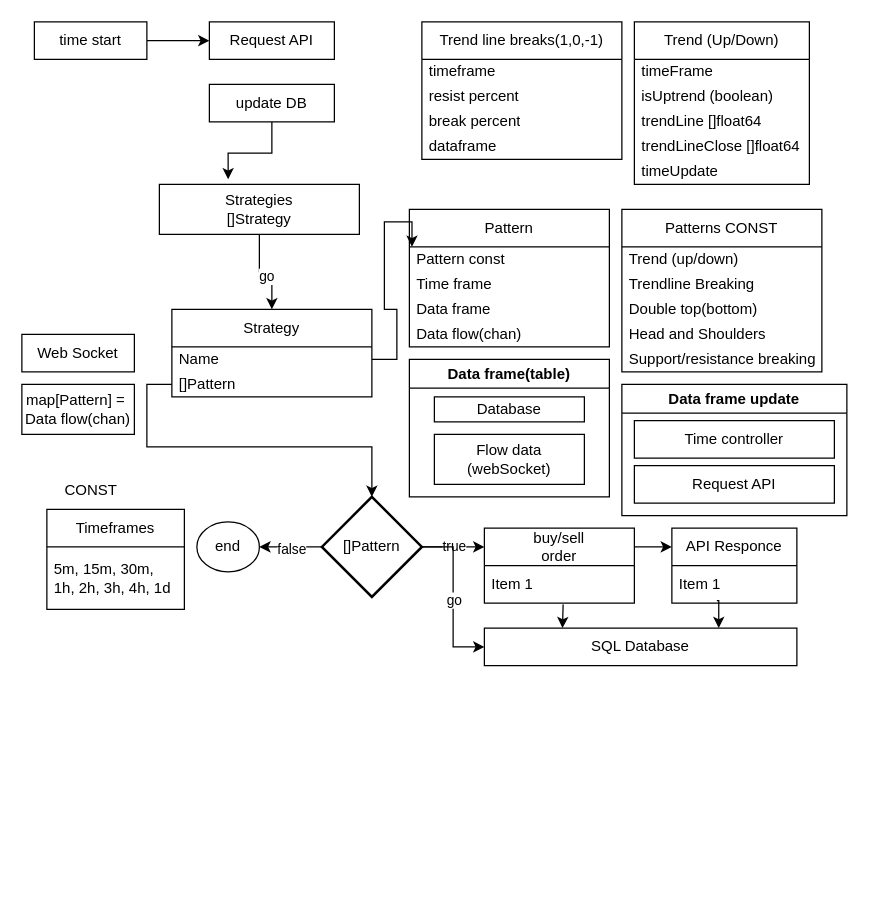
Earlier version of the draw.io diagram page "main" (1 of 2) of docs/algoTrade.drawio (Hardmun/trading). Source tidied: cells renumbered, new cells numbered last; positions are measured from the earlier drawing's top-left corner, leaving out a move shared by most shapes. Both pictures are drawn from the tidied source at 125%, with x=0, y=0 at pixel (21, 21).
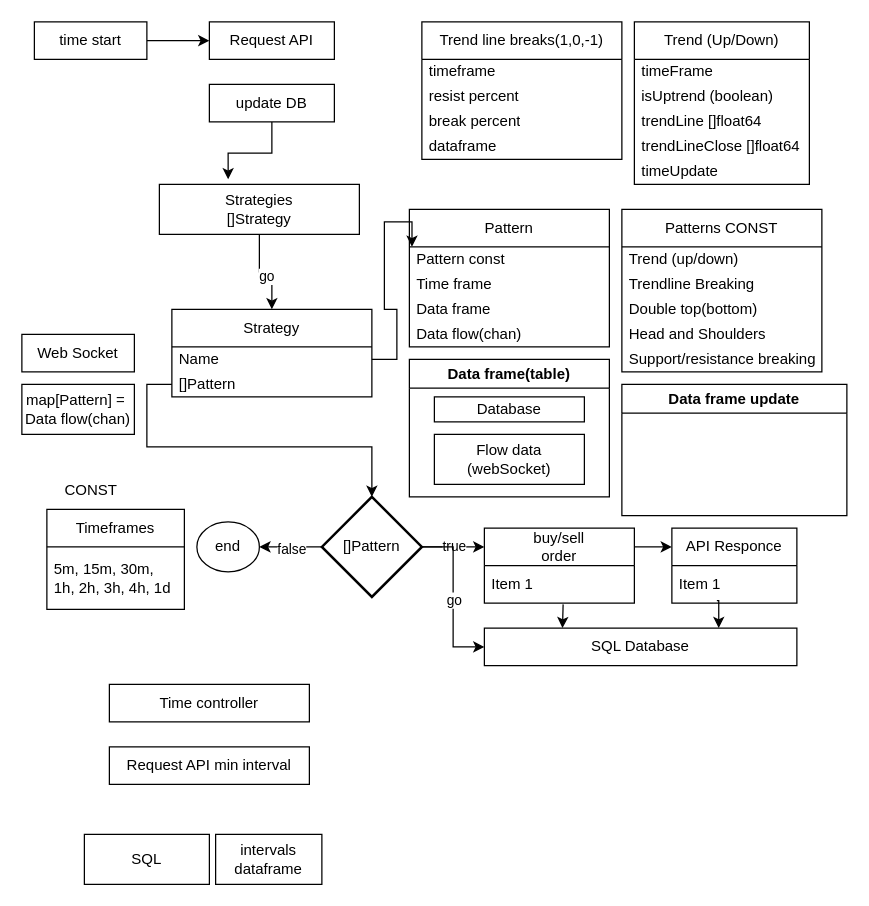
The same diagram, later.

Diff of the diagram source:
```diff
@@
     <mxCell id="61" value="Time controller" style="rounded=0;whiteSpace=wrap;html=1;" parent="1" vertex="1">
-      <mxGeometry x="490" y="319" width="160" height="30" as="geometry" />
+      <mxGeometry x="70" y="530" width="160" height="30" as="geometry" />
     </mxCell>
-    <mxCell id="62" value="Request API" style="rounded=0;whiteSpace=wrap;html=1;" parent="1" vertex="1">
-      <mxGeometry x="490" y="355" width="160" height="30" as="geometry" />
+    <mxCell id="62" value="Request API min interval" style="rounded=0;whiteSpace=wrap;html=1;" parent="1" vertex="1">
+      <mxGeometry x="70" y="580" width="160" height="30" as="geometry" />
     </mxCell>
@@
+    <mxCell id="64" value="intervals&lt;div&gt;dataframe&lt;/div&gt;" style="rounded=0;whiteSpace=wrap;html=1;" parent="1" vertex="1">
+      <mxGeometry x="155" y="650" width="85" height="40" as="geometry" />
+    </mxCell>
+    <mxCell id="65" value="SQL" style="rounded=0;whiteSpace=wrap;html=1;" parent="1" vertex="1">
+      <mxGeometry x="50" y="650" width="100" height="40" as="geometry" />
+    </mxCell>
```
